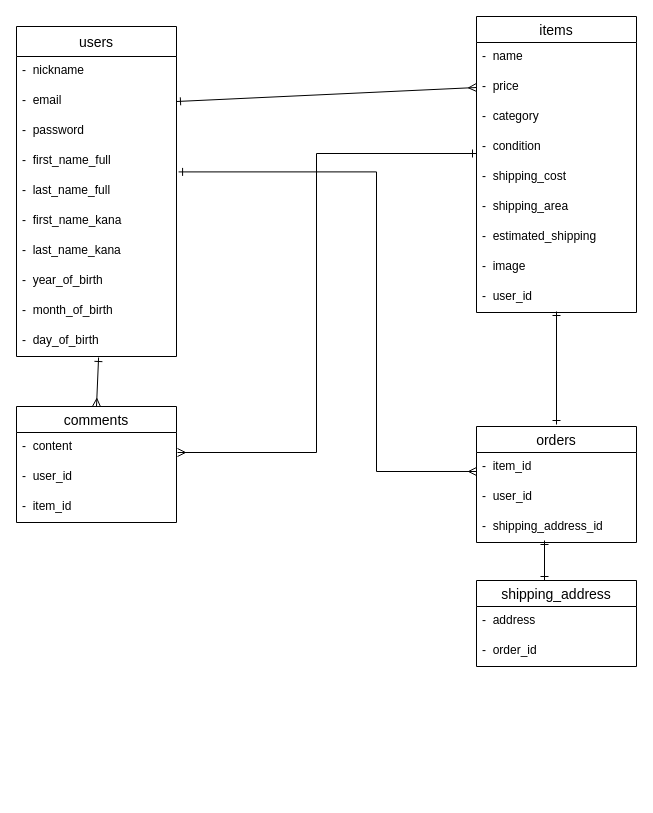
Earlier version of the draw.io diagram furima.dio (kkatht/furima-40022). Source tidied: cells renumbered, new cells numbered last; positions are measured from the earlier drawing's top-left corner, leaving out a move shared by most shapes. Both pictures are drawn from the tidied source at 100%, with x=0, y=0 at pixel (16, 16).
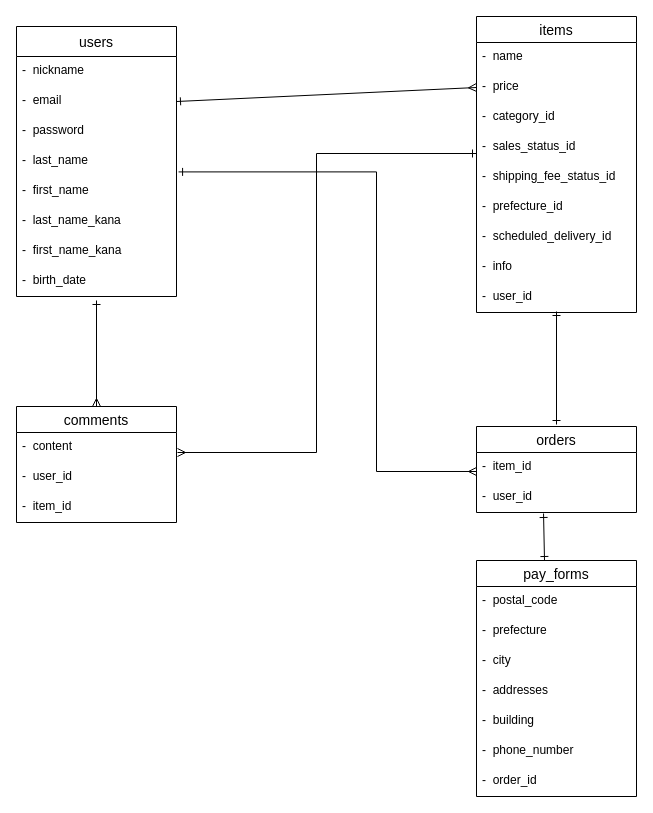
Above is the later version.

Commit message (it also covers changes not shown here):
データベース設計修正2

The change refers to these unchanged cells:
```xml
<mxCell id="13" value="items" style="swimlane;fontStyle=0;horizontal=1;startSize=26;align=center;fontSize=14;" parent="1" vertex="1">
  <mxGeometry x="460" width="160" height="296" as="geometry" />
</mxCell>
<mxCell id="25" value="-  user_id" style="text;strokeColor=none;fillColor=none;spacingLeft=4;spacingRight=4;overflow=hidden;points=[[0,0.5],[1,0.5]];portConstraint=eastwest;fontSize=12;" parent="23" vertex="1">
  <mxGeometry y="56" width="160" height="30" as="geometry" />
</mxCell>
<mxCell id="28" value="comments" style="swimlane;fontStyle=0;horizontal=1;startSize=26;align=center;fontSize=14;" parent="1" vertex="1">
  <mxGeometry y="390" width="160" height="116" as="geometry" />
</mxCell>
```

Change to the diagram source:
```diff
@@
     <mxCell id="2" value="users" style="swimlane;fontStyle=0;horizontal=1;startSize=30;align=center;fontSize=14;" parent="1" vertex="1">
-      <mxGeometry y="10" width="160" height="330" as="geometry" />
+      <mxGeometry y="10" width="160" height="270" as="geometry" />
     </mxCell>
@@
-    <mxCell id="6" value="-  first_name_full" style="text;strokeColor=none;fillColor=none;spacingLeft=4;spacingRight=4;overflow=hidden;points=[[0,0.5],[1,0.5]];portConstraint=eastwest;fontSize=12;" parent="2" vertex="1">
+    <mxCell id="6" value="-  last_name" style="text;strokeColor=none;fillColor=none;spacingLeft=4;spacingRight=4;overflow=hidden;points=[[0,0.5],[1,0.5]];portConstraint=eastwest;fontSize=12;" parent="2" vertex="1">
       <mxGeometry y="120" width="160" height="30" as="geometry" />
     </mxCell>
-    <mxCell id="7" value="-  last_name_full" style="text;strokeColor=none;fillColor=none;spacingLeft=4;spacingRight=4;overflow=hidden;fontSize=12;" parent="2" vertex="1">
+    <mxCell id="7" value="-  first_name" style="text;strokeColor=none;fillColor=none;spacingLeft=4;spacingRight=4;overflow=hidden;fontSize=12;" parent="2" vertex="1">
       <mxGeometry y="150" width="160" height="30" as="geometry" />
     </mxCell>
-    <mxCell id="8" value="-  first_name_kana" style="text;strokeColor=none;fillColor=none;spacingLeft=4;spacingRight=4;overflow=hidden;fontSize=12;" parent="2" vertex="1">
+    <mxCell id="8" value="-  last_name_kana" style="text;strokeColor=none;fillColor=none;spacingLeft=4;spacingRight=4;overflow=hidden;fontSize=12;" parent="2" vertex="1">
       <mxGeometry y="180" width="160" height="30" as="geometry" />
     </mxCell>
-    <mxCell id="9" value="-  last_name_kana" style="text;strokeColor=none;fillColor=none;spacingLeft=4;spacingRight=4;overflow=hidden;fontSize=12;" parent="2" vertex="1">
+    <mxCell id="9" value="-  first_name_kana" style="text;strokeColor=none;fillColor=none;spacingLeft=4;spacingRight=4;overflow=hidden;fontSize=12;" parent="2" vertex="1">
       <mxGeometry y="210" width="160" height="30" as="geometry" />
     </mxCell>
-    <mxCell id="10" value="-  year_of_birth" style="text;strokeColor=none;fillColor=none;spacingLeft=4;spacingRight=4;overflow=hidden;points=[[0,0.5],[1,0.5]];portConstraint=eastwest;fontSize=12;" parent="2" vertex="1">
+    <mxCell id="10" value="-  birth_date" style="text;strokeColor=none;fillColor=none;spacingLeft=4;spacingRight=4;overflow=hidden;points=[[0,0.5],[1,0.5]];portConstraint=eastwest;fontSize=12;" parent="2" vertex="1">
       <mxGeometry y="240" width="160" height="30" as="geometry" />
     </mxCell>
-    <mxCell id="11" value="-  month_of_birth" style="text;strokeColor=none;fillColor=none;spacingLeft=4;spacingRight=4;overflow=hidden;fontSize=12;" parent="2" vertex="1">
-      <mxGeometry y="270" width="160" height="30" as="geometry" />
-    </mxCell>
-    <mxCell id="12" value="-  day_of_birth" style="text;strokeColor=none;fillColor=none;spacingLeft=4;spacingRight=4;overflow=hidden;points=[[0,0.5],[1,0.5]];portConstraint=eastwest;fontSize=12;" parent="2" vertex="1">
-      <mxGeometry y="300" width="160" height="30" as="geometry" />
-    </mxCell>
@@
-    <mxCell id="16" value="-  category" style="text;strokeColor=none;fillColor=none;spacingLeft=4;spacingRight=4;overflow=hidden;fontSize=12;" parent="13" vertex="1">
+    <mxCell id="16" value="-  category_id" style="text;strokeColor=none;fillColor=none;spacingLeft=4;spacingRight=4;overflow=hidden;fontSize=12;" parent="13" vertex="1">
       <mxGeometry y="86" width="160" height="30" as="geometry" />
     </mxCell>
-    <mxCell id="17" value="-  condition" style="text;strokeColor=none;fillColor=none;spacingLeft=4;spacingRight=4;overflow=hidden;points=[[0,0.5],[1,0.5]];portConstraint=eastwest;fontSize=12;" parent="13" vertex="1">
+    <mxCell id="17" value="-  sales_status_id" style="text;strokeColor=none;fillColor=none;spacingLeft=4;spacingRight=4;overflow=hidden;points=[[0,0.5],[1,0.5]];portConstraint=eastwest;fontSize=12;" parent="13" vertex="1">
       <mxGeometry y="116" width="160" height="30" as="geometry" />
     </mxCell>
-    <mxCell id="18" value="-  shipping_cost" style="text;strokeColor=none;fillColor=none;spacingLeft=4;spacingRight=4;overflow=hidden;fontSize=12;" parent="13" vertex="1">
+    <mxCell id="18" value="-  shipping_fee_status_id" style="text;strokeColor=none;fillColor=none;spacingLeft=4;spacingRight=4;overflow=hidden;fontSize=12;" parent="13" vertex="1">
       <mxGeometry y="146" width="160" height="30" as="geometry" />
     </mxCell>
-    <mxCell id="19" value="-  shipping_area" style="text;strokeColor=none;fillColor=none;spacingLeft=4;spacingRight=4;overflow=hidden;fontSize=12;" parent="13" vertex="1">
+    <mxCell id="19" value="-  prefecture_id" style="text;strokeColor=none;fillColor=none;spacingLeft=4;spacingRight=4;overflow=hidden;fontSize=12;" parent="13" vertex="1">
       <mxGeometry y="176" width="160" height="30" as="geometry" />
     </mxCell>
-    <mxCell id="20" value="-  estimated_shipping" style="text;strokeColor=none;fillColor=none;spacingLeft=4;spacingRight=4;overflow=hidden;fontSize=12;" parent="13" vertex="1">
+    <mxCell id="20" value="-  scheduled_delivery_id" style="text;strokeColor=none;fillColor=none;spacingLeft=4;spacingRight=4;overflow=hidden;fontSize=12;" parent="13" vertex="1">
       <mxGeometry y="206" width="160" height="30" as="geometry" />
     </mxCell>
-    <mxCell id="21" value="-  image" style="text;strokeColor=none;fillColor=none;spacingLeft=4;spacingRight=4;overflow=hidden;fontSize=12;" parent="13" vertex="1">
+    <mxCell id="21" value="-  info" style="text;strokeColor=none;fillColor=none;spacingLeft=4;spacingRight=4;overflow=hidden;fontSize=12;" parent="13" vertex="1">
       <mxGeometry y="236" width="160" height="30" as="geometry" />
     </mxCell>
@@
     <mxCell id="23" value="orders" style="swimlane;fontStyle=0;horizontal=1;startSize=26;align=center;fontSize=14;" parent="1" vertex="1">
-      <mxGeometry x="460" y="410" width="160" height="116" as="geometry" />
+      <mxGeometry x="460" y="410" width="160" height="86" as="geometry" />
     </mxCell>
@@
-    <mxCell id="26" value="-  shipping_address_id" style="text;strokeColor=none;fillColor=none;spacingLeft=4;spacingRight=4;overflow=hidden;points=[[0,0.5],[1,0.5]];portConstraint=eastwest;fontSize=12;" parent="23" vertex="1">
-      <mxGeometry y="86" width="160" height="30" as="geometry" />
-    </mxCell>
@@
-    <mxCell id="32" style="edgeStyle=none;html=1;exitX=0.513;exitY=1.033;exitDx=0;exitDy=0;endArrow=ERmany;endFill=0;startArrow=ERone;startFill=0;exitPerimeter=0;entryX=0.5;entryY=0;entryDx=0;entryDy=0;" parent="1" edge="1" source="12" target="28">
+    <mxCell id="32" style="edgeStyle=none;html=1;exitX=0.5;exitY=1.133;exitDx=0;exitDy=0;endArrow=ERmany;endFill=0;startArrow=ERone;startFill=0;exitPerimeter=0;entryX=0.5;entryY=0;entryDx=0;entryDy=0;" parent="1" edge="1" source="10" target="28">
       <mxGeometry relative="1" as="geometry" />
     </mxCell>
@@
-    <mxCell id="36" value="shipping_address" style="swimlane;fontStyle=0;horizontal=1;startSize=26;align=center;fontSize=14;" parent="1" vertex="1">
-      <mxGeometry x="460" y="564" width="160" height="86" as="geometry" />
+    <mxCell id="36" value="pay_forms" style="swimlane;fontStyle=0;horizontal=1;startSize=26;align=center;fontSize=14;" parent="1" vertex="1">
+      <mxGeometry x="460" y="544" width="160" height="236" as="geometry" />
     </mxCell>
-    <mxCell id="37" value="-  address" style="text;strokeColor=none;fillColor=none;spacingLeft=4;spacingRight=4;overflow=hidden;fontSize=12;" parent="36" vertex="1">
+    <mxCell id="37" value="-  postal_code" style="text;strokeColor=none;fillColor=none;spacingLeft=4;spacingRight=4;overflow=hidden;fontSize=12;" parent="36" vertex="1">
       <mxGeometry y="26" width="160" height="30" as="geometry" />
     </mxCell>
-    <mxCell id="38" value="-  order_id" style="text;strokeColor=none;fillColor=none;spacingLeft=4;spacingRight=4;overflow=hidden;fontSize=12;" parent="36" vertex="1">
+    <mxCell id="38" value="-  prefecture" style="text;strokeColor=none;fillColor=none;spacingLeft=4;spacingRight=4;overflow=hidden;fontSize=12;" parent="36" vertex="1">
       <mxGeometry y="56" width="160" height="30" as="geometry" />
     </mxCell>
+    <mxCell id="40" value="-  city" style="text;strokeColor=none;fillColor=none;spacingLeft=4;spacingRight=4;overflow=hidden;fontSize=12;" parent="36" vertex="1">
+      <mxGeometry y="86" width="160" height="30" as="geometry" />
+    </mxCell>
+    <mxCell id="41" value="-  addresses" style="text;strokeColor=none;fillColor=none;spacingLeft=4;spacingRight=4;overflow=hidden;fontSize=12;" parent="36" vertex="1">
+      <mxGeometry y="116" width="160" height="30" as="geometry" />
+    </mxCell>
+    <mxCell id="26" value="-  building" style="text;strokeColor=none;fillColor=none;spacingLeft=4;spacingRight=4;overflow=hidden;points=[[0,0.5],[1,0.5]];portConstraint=eastwest;fontSize=12;" parent="36" vertex="1">
+      <mxGeometry y="146" width="160" height="30" as="geometry" />
+    </mxCell>
+    <mxCell id="42" value="-  phone_number" style="text;strokeColor=none;fillColor=none;spacingLeft=4;spacingRight=4;overflow=hidden;fontSize=12;" parent="36" vertex="1">
+      <mxGeometry y="176" width="160" height="30" as="geometry" />
+    </mxCell>
+    <mxCell id="43" value="-  order_id" style="text;strokeColor=none;fillColor=none;spacingLeft=4;spacingRight=4;overflow=hidden;fontSize=12;" parent="36" vertex="1">
+      <mxGeometry y="206" width="160" height="30" as="geometry" />
+    </mxCell>
-    <mxCell id="39" style="endArrow=ERone;html=1;rounded=0;endFill=0;startArrow=ERone;startFill=0;exitX=0.425;exitY=0;exitDx=0;exitDy=0;exitPerimeter=0;entryX=0.425;entryY=0.933;entryDx=0;entryDy=0;entryPerimeter=0;" parent="1" edge="1" source="36" target="26">
+    <mxCell id="39" style="endArrow=ERone;html=1;rounded=0;endFill=0;startArrow=ERone;startFill=0;exitX=0.425;exitY=0;exitDx=0;exitDy=0;exitPerimeter=0;entryX=0.419;entryY=1.033;entryDx=0;entryDy=0;entryPerimeter=0;" parent="1" edge="1" source="36" target="25">
       <mxGeometry relative="1" as="geometry" />
     </mxCell>
```
